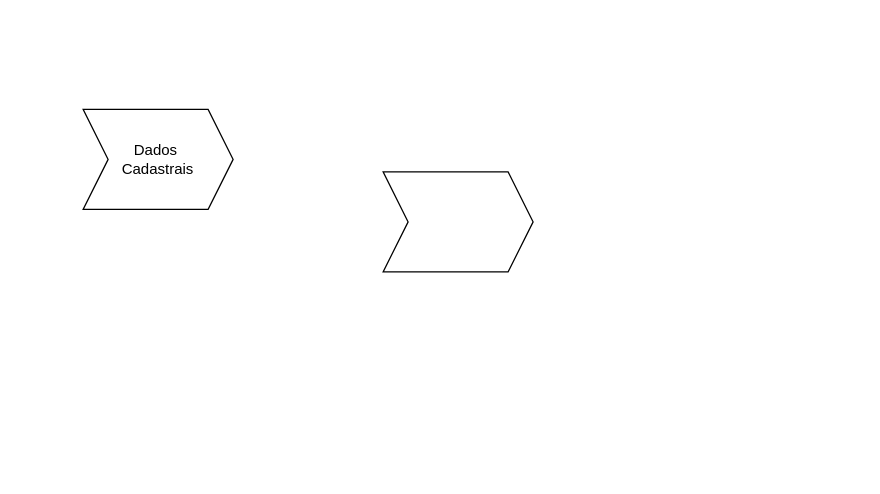
samirali/ClaroBrasil keeps this draw.io diagram as Agenda Quebra Zero.drawio. Above is the earlier version. Source tidied: cells renumbered, new cells numbered last; positions are measured from the earlier drawing's top-left corner, leaving out a move shared by most shapes. Both pictures are drawn from the tidied source at 125%, with x=0, y=0 at pixel (82, 109).
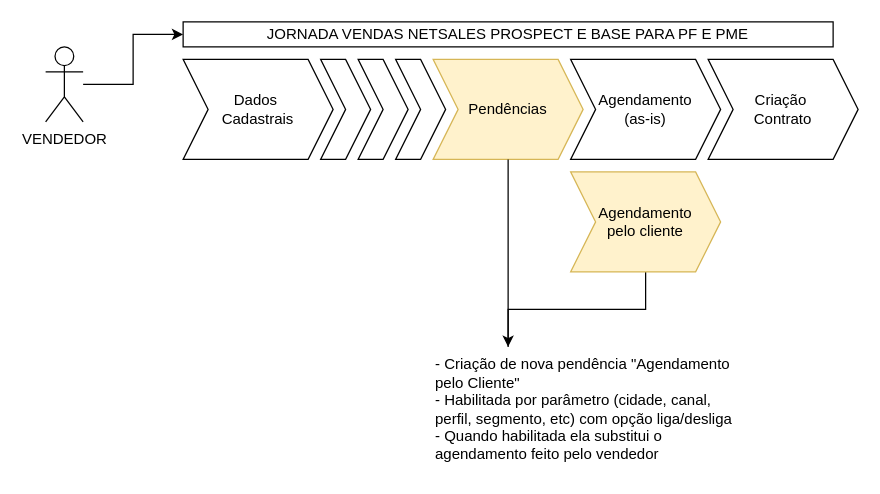
Above is the later version.

Diff of the diagram source:
```diff
@@
 <mxGraphModel>
   <root>
     <mxCell id="0" />
     <mxCell id="1" parent="0" />
     <mxCell id="2" value="Dados&amp;nbsp;&lt;div&gt;Cadastrais&lt;/div&gt;" style="shape=step;perimeter=stepPerimeter;whiteSpace=wrap;html=1;fixedSize=1;" parent="1" vertex="1">
-      <mxGeometry width="120" height="80" as="geometry" />
+      <mxGeometry x="80" y="-40" width="120" height="80" as="geometry" />
     </mxCell>
     <mxCell id="3" style="shape=step;perimeter=stepPerimeter;whiteSpace=wrap;html=1;fixedSize=1;" parent="1" vertex="1">
-      <mxGeometry x="240" y="50" width="120" height="80" as="geometry" />
+      <mxGeometry x="190" y="-40" width="40" height="80" as="geometry" />
     </mxCell>
+    <mxCell id="4" style="shape=step;perimeter=stepPerimeter;whiteSpace=wrap;html=1;fixedSize=1;" parent="1" vertex="1">
+      <mxGeometry x="220" y="-40" width="40" height="80" as="geometry" />
+    </mxCell>
+    <mxCell id="5" style="shape=step;perimeter=stepPerimeter;whiteSpace=wrap;html=1;fixedSize=1;" parent="1" vertex="1">
+      <mxGeometry x="250" y="-40" width="40" height="80" as="geometry" />
+    </mxCell>
+    <mxCell id="6" value="Pendências" style="shape=step;perimeter=stepPerimeter;whiteSpace=wrap;html=1;fixedSize=1;fillColor=#fff2cc;strokeColor=#d6b656;" parent="1" vertex="1">
+      <mxGeometry x="280" y="-40" width="120" height="80" as="geometry" />
+    </mxCell>
+    <mxCell id="7" value="Agendamento&lt;div&gt;(as-is)&lt;/div&gt;" style="shape=step;perimeter=stepPerimeter;whiteSpace=wrap;html=1;fixedSize=1;" parent="1" vertex="1">
+      <mxGeometry x="390" y="-40" width="120" height="80" as="geometry" />
+    </mxCell>
+    <mxCell id="8" value="Criação&amp;nbsp;&lt;div&gt;Contrato&lt;/div&gt;" style="shape=step;perimeter=stepPerimeter;whiteSpace=wrap;html=1;fixedSize=1;" parent="1" vertex="1">
+      <mxGeometry x="500" y="-40" width="120" height="80" as="geometry" />
+    </mxCell>
+    <mxCell id="9" value="- Criação de nova pendência &quot;Agendamento pelo Cliente&quot;&lt;div&gt;- Habilitada por parâmetro (cidade, canal, perfil, segmento, etc) com opção liga/desliga&lt;/div&gt;&lt;div&gt;- Quando habilitada ela substitui o agendamento feito pelo vendedor&lt;/div&gt;" style="text;html=1;align=left;verticalAlign=middle;whiteSpace=wrap;rounded=0;" parent="1" vertex="1">
+      <mxGeometry x="280" y="190" width="240" height="100" as="geometry" />
+    </mxCell>
+    <mxCell id="10" style="endArrow=none;html=1;rounded=0;entryX=0.5;entryY=1;entryDx=0;entryDy=0;exitX=0.25;exitY=0;exitDx=0;exitDy=0;" parent="1" edge="1" source="9" target="6">
+      <mxGeometry relative="1" as="geometry" />
+    </mxCell>
+    <mxCell id="11" value="JORNADA VENDAS NETSALES PROSPECT E BASE PARA PF E PME" style="rounded=0;whiteSpace=wrap;html=1;" parent="1" vertex="1">
+      <mxGeometry x="80" y="-70" width="520" height="20" as="geometry" />
+    </mxCell>
+    <mxCell id="12" style="edgeStyle=orthogonalEdgeStyle;rounded=0;jettySize=auto;html=1;entryX=0;entryY=0.5;entryDx=0;entryDy=0;" parent="1" edge="1" source="13" target="11">
+      <mxGeometry relative="1" as="geometry" />
+    </mxCell>
+    <mxCell id="13" value="VENDEDOR" style="shape=umlActor;verticalLabelPosition=bottom;verticalAlign=top;html=1;outlineConnect=0;" parent="1" vertex="1">
+      <mxGeometry x="-30" y="-50" width="30" height="60" as="geometry" />
+    </mxCell>
+    <mxCell id="14" style="edgeStyle=orthogonalEdgeStyle;rounded=0;jettySize=auto;html=1;entryX=0.25;entryY=0;entryDx=0;entryDy=0;" parent="1" edge="1" source="15" target="9">
+      <mxGeometry relative="1" as="geometry" />
+    </mxCell>
+    <mxCell id="15" value="Agendamento&lt;div&gt;pelo cliente&lt;br&gt;&lt;/div&gt;" style="shape=step;perimeter=stepPerimeter;whiteSpace=wrap;html=1;fixedSize=1;fillColor=#fff2cc;strokeColor=#d6b656;" parent="1" vertex="1">
+      <mxGeometry x="390" y="50" width="120" height="80" as="geometry" />
+    </mxCell>
   </root>
 </mxGraphModel>
```
